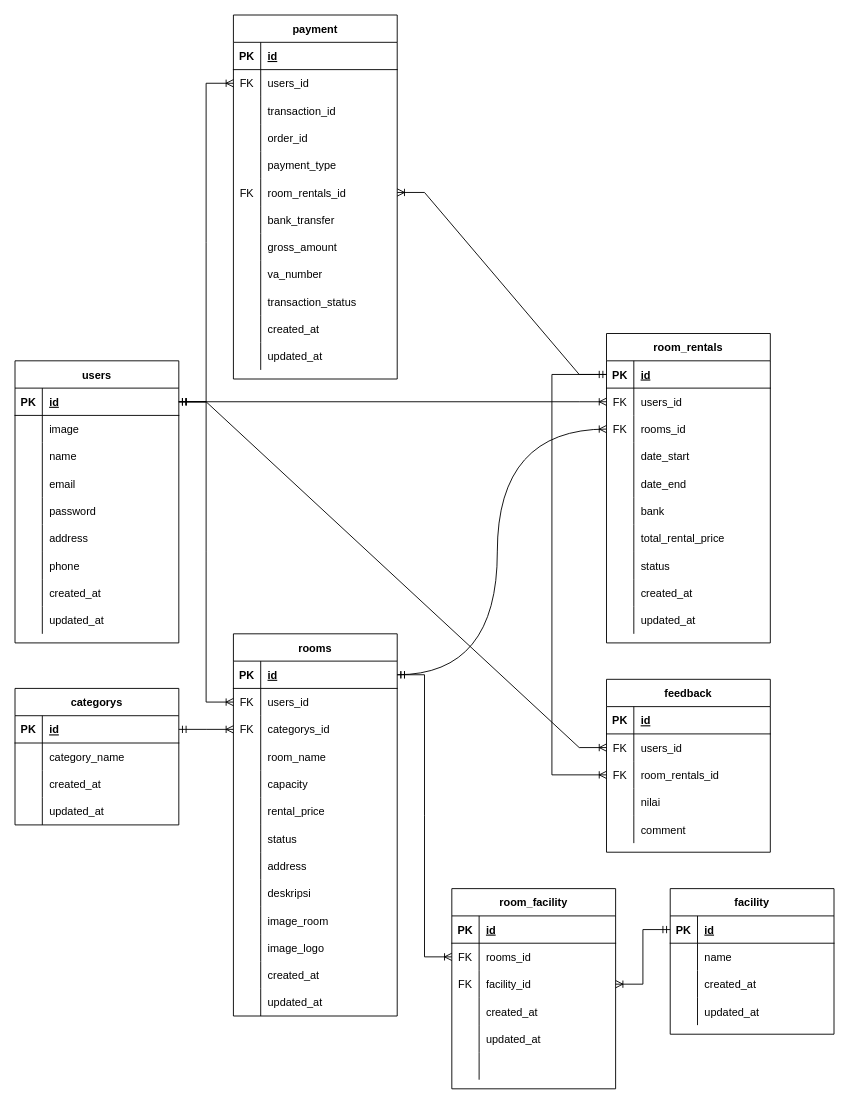
Above: erd/ERD-MNroom.drawio in Capstone-MNRoom/Capstone-MNRoom-BE (draw.io), before the change. Source tidied: cells renumbered, new cells numbered last; positions are measured from the earlier drawing's top-left corner, leaving out a move shared by most shapes. Both pictures are drawn from the tidied source at 91%, with x=0, y=0 at pixel (15, 15).
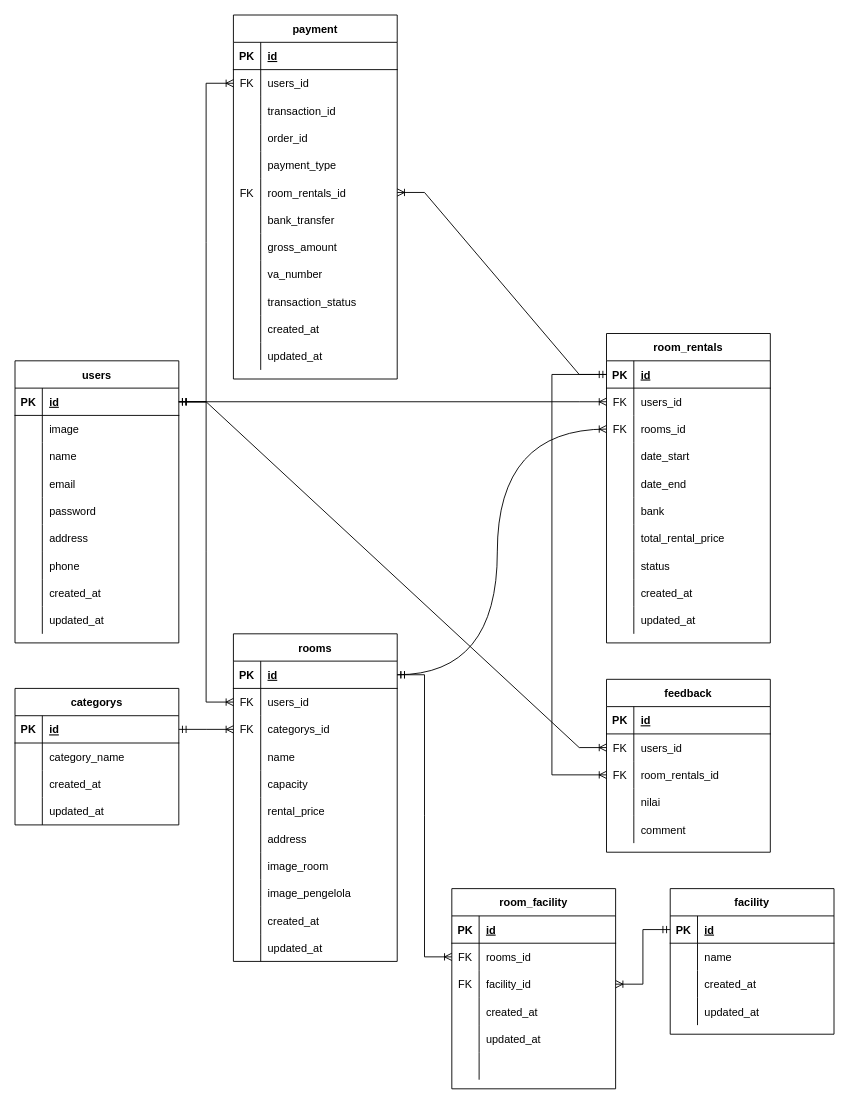
The same diagram, later.

Commit message (it also covers changes not shown here):
changes to rent and room erd

The change refers to these unchanged cells:
```xml
<mxCell id="53" style="shape=tableRow;horizontal=0;startSize=0;swimlaneHead=0;swimlaneBody=0;fillColor=none;top=0;left=0;right=0;bottom=0;" parent="43" vertex="1">
  <mxGeometry y="120" width="180" height="30" as="geometry" />
</mxCell>
```

Change to the diagram source:
```diff
@@
     <mxCell id="43" value="rooms" style="shape=table;startSize=30;childLayout=tableLayout;rowLines=0;fontStyle=1;align=center;" parent="1" vertex="1">
-      <mxGeometry x="240" y="680" width="180" height="420" as="geometry" />
+      <mxGeometry x="240" y="680" width="180" height="360" as="geometry" />
     </mxCell>
@@
-    <mxCell id="55" value="room_name" style="shape=partialRectangle;fillColor=none;top=0;left=0;bottom=0;right=0;align=left;spacingLeft=6;overflow=hidden;" parent="53" vertex="1">
+    <mxCell id="55" value="name" style="shape=partialRectangle;fillColor=none;top=0;left=0;bottom=0;right=0;align=left;spacingLeft=6;overflow=hidden;" parent="53" vertex="1">
       <mxGeometry x="30" width="150" height="30" as="geometry" />
     </mxCell>
@@
-    <mxCell id="62" style="shape=tableRow;horizontal=0;startSize=0;swimlaneHead=0;swimlaneBody=0;fillColor=none;top=0;left=0;right=0;bottom=0;" parent="43" vertex="1">
-      <mxGeometry y="210" width="180" height="30" as="geometry" />
-    </mxCell>
-    <mxCell id="63" style="shape=partialRectangle;fillColor=none;top=0;left=0;bottom=0;right=0;overflow=hidden;" parent="62" vertex="1">
-      <mxGeometry width="30" height="30" as="geometry" />
-    </mxCell>
-    <mxCell id="64" value="status" style="shape=partialRectangle;fillColor=none;top=0;left=0;bottom=0;right=0;align=left;spacingLeft=6;overflow=hidden;" parent="62" vertex="1">
-      <mxGeometry x="30" width="150" height="30" as="geometry" />
-    </mxCell>
     <mxCell id="65" style="shape=tableRow;horizontal=0;startSize=0;swimlaneHead=0;swimlaneBody=0;fillColor=none;top=0;left=0;right=0;bottom=0;" parent="43" vertex="1">
-      <mxGeometry y="240" width="180" height="30" as="geometry" />
+      <mxGeometry y="210" width="180" height="30" as="geometry" />
     </mxCell>
@@
-    <mxCell id="68" style="shape=tableRow;horizontal=0;startSize=0;swimlaneHead=0;swimlaneBody=0;fillColor=none;top=0;left=0;right=0;bottom=0;" parent="43" vertex="1">
-      <mxGeometry y="270" width="180" height="30" as="geometry" />
-    </mxCell>
-    <mxCell id="69" style="shape=partialRectangle;fillColor=none;top=0;left=0;bottom=0;right=0;overflow=hidden;" parent="68" vertex="1">
-      <mxGeometry width="30" height="30" as="geometry" />
-    </mxCell>
-    <mxCell id="70" value="deskripsi" style="shape=partialRectangle;fillColor=none;top=0;left=0;bottom=0;right=0;align=left;spacingLeft=6;overflow=hidden;" parent="68" vertex="1">
-      <mxGeometry x="30" width="150" height="30" as="geometry" />
-    </mxCell>
     <mxCell id="71" style="shape=tableRow;horizontal=0;startSize=0;swimlaneHead=0;swimlaneBody=0;fillColor=none;top=0;left=0;right=0;bottom=0;" parent="43" vertex="1">
-      <mxGeometry y="300" width="180" height="30" as="geometry" />
+      <mxGeometry y="240" width="180" height="30" as="geometry" />
     </mxCell>
@@
     <mxCell id="74" style="shape=tableRow;horizontal=0;startSize=0;swimlaneHead=0;swimlaneBody=0;fillColor=none;top=0;left=0;right=0;bottom=0;" parent="43" vertex="1">
-      <mxGeometry y="330" width="180" height="30" as="geometry" />
+      <mxGeometry y="270" width="180" height="30" as="geometry" />
     </mxCell>
@@
-    <mxCell id="76" value="image_logo" style="shape=partialRectangle;fillColor=none;top=0;left=0;bottom=0;right=0;align=left;spacingLeft=6;overflow=hidden;" parent="74" vertex="1">
+    <mxCell id="76" value="image_pengelola" style="shape=partialRectangle;fillColor=none;top=0;left=0;bottom=0;right=0;align=left;spacingLeft=6;overflow=hidden;" parent="74" vertex="1">
       <mxGeometry x="30" width="150" height="30" as="geometry" />
     </mxCell>
     <mxCell id="77" style="shape=tableRow;horizontal=0;startSize=0;swimlaneHead=0;swimlaneBody=0;fillColor=none;top=0;left=0;right=0;bottom=0;" parent="43" vertex="1">
-      <mxGeometry y="360" width="180" height="30" as="geometry" />
+      <mxGeometry y="300" width="180" height="30" as="geometry" />
     </mxCell>
@@
     <mxCell id="80" style="shape=tableRow;horizontal=0;startSize=0;swimlaneHead=0;swimlaneBody=0;fillColor=none;top=0;left=0;right=0;bottom=0;" parent="43" vertex="1">
-      <mxGeometry y="390" width="180" height="30" as="geometry" />
+      <mxGeometry y="330" width="180" height="30" as="geometry" />
     </mxCell>
```
